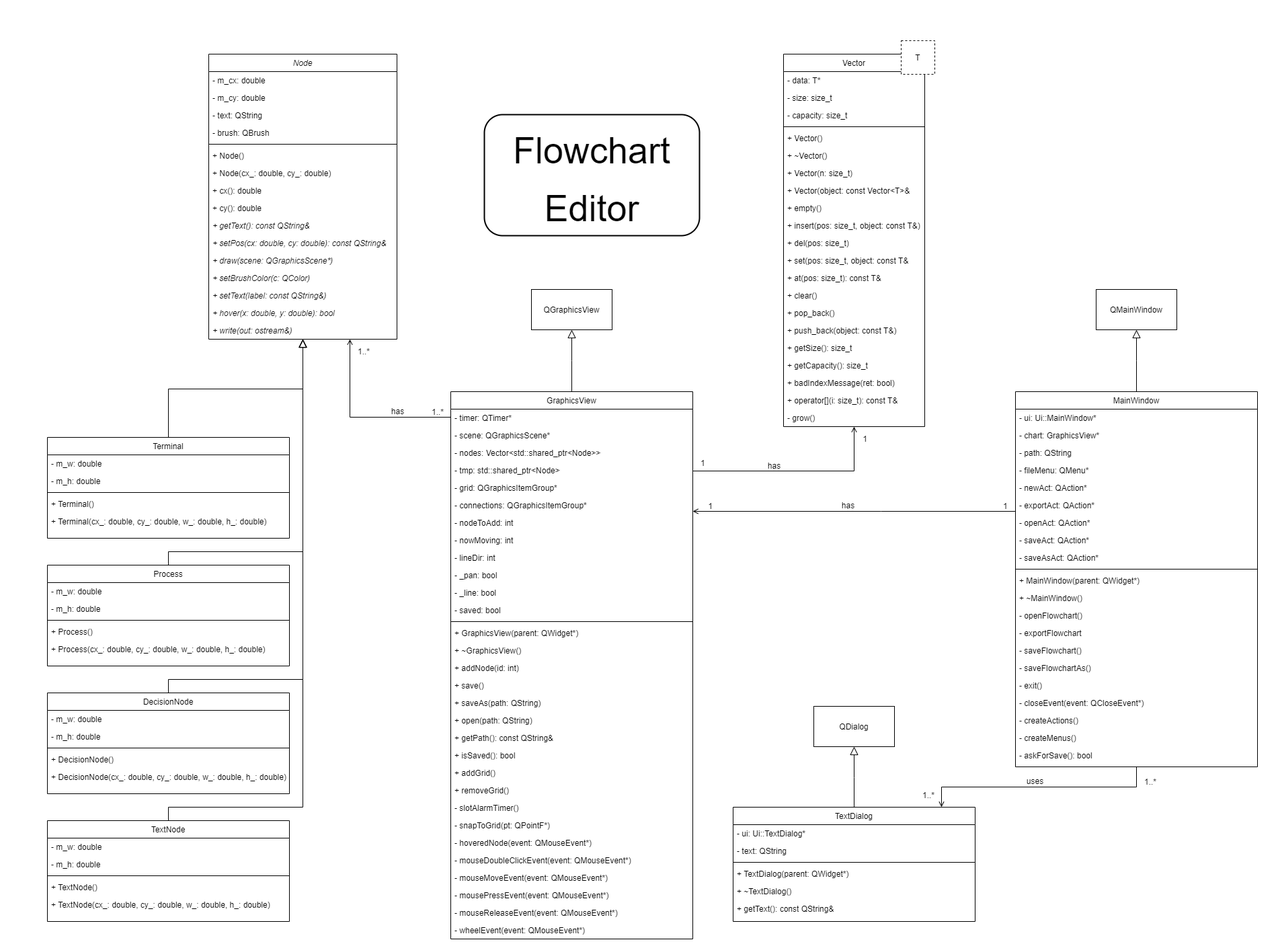
Before: diagram.png, a diagram exported from draw.io (KonstantAnxiety/Flowchart-Editor). Source tidied: cells renumbered, new cells last; positions are measured from the earlier drawing's top-left corner, leaving out a move shared by most shapes.
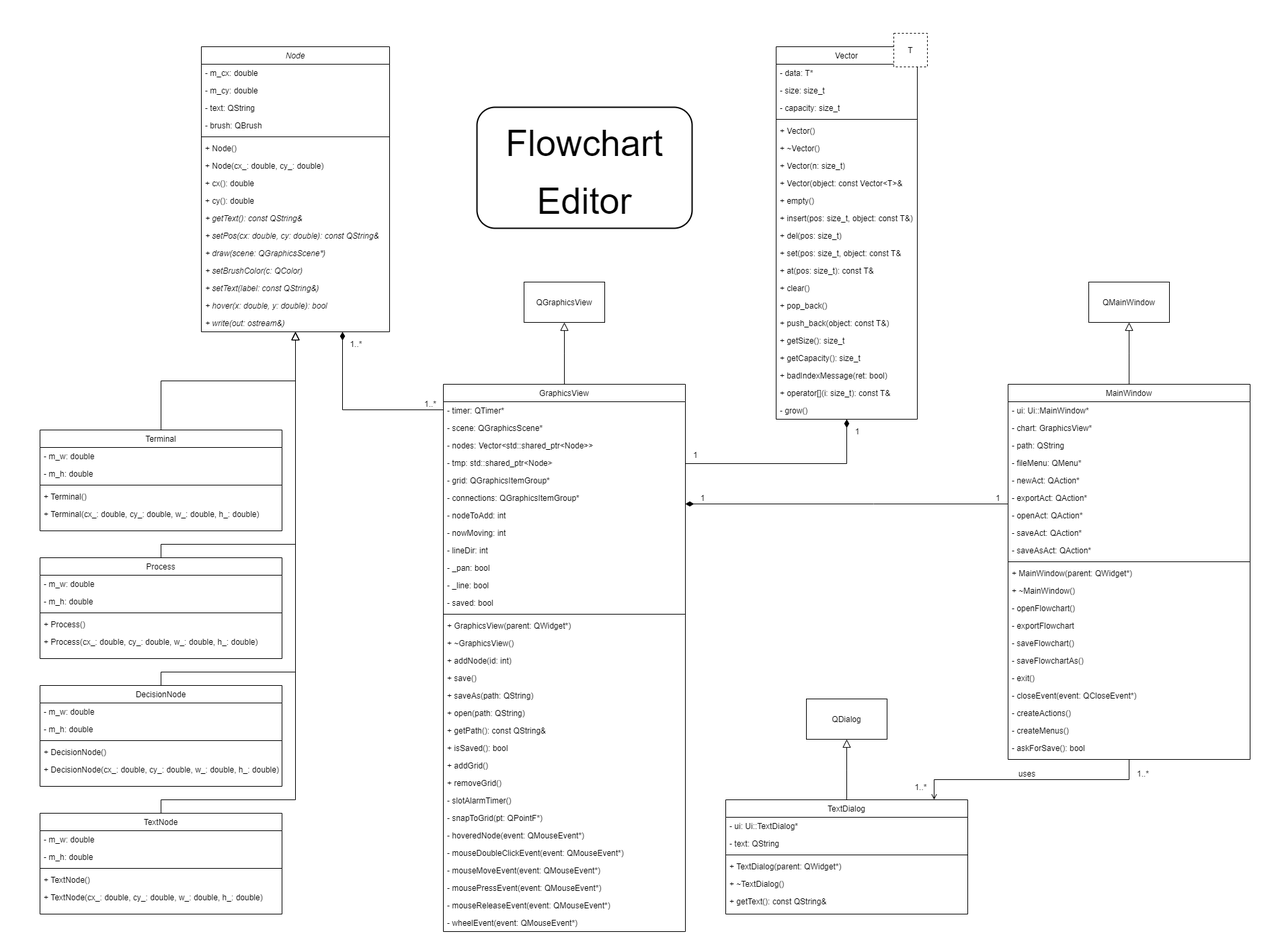
After the change.

Change to the diagram source:
```diff
@@ -331,7 +331,7 @@
     <mxCell id="104" style="endArrow=block;endSize=10;endFill=0;shadow=0;strokeWidth=1;rounded=0;edgeStyle=elbowEdgeStyle;elbow=vertical;" parent="1" edge="1" source="71" target="103">
       <mxGeometry relative="1" as="geometry" />
     </mxCell>
-    <mxCell id="105" style="endArrow=open;shadow=0;strokeWidth=1;rounded=0;endFill=1;edgeStyle=elbowEdgeStyle;elbow=vertical;" parent="1" edge="1" source="71" target="47">
+    <mxCell id="105" style="endArrow=diamondThin;shadow=0;strokeWidth=1;rounded=0;endFill=1;edgeStyle=elbowEdgeStyle;elbow=vertical;endSize=10;" parent="1" edge="1" source="71" target="47">
       <mxGeometry x="0.5" y="41" relative="1" as="geometry">
         <Array as="points">
           <mxPoint x="1090" y="660" />
@@ -353,11 +353,6 @@
         <mxPoint x="20" y="26" as="offset" />
       </mxGeometry>
     </mxCell>
-    <mxCell id="108" value="has" style="text;html=1;align=center;verticalAlign=middle;labelBackgroundColor=none;rounded=0;shadow=0;strokeWidth=1;fontSize=12;" parent="105" vertex="1">
-      <mxGeometry x="0.5" y="49" relative="1" as="geometry">
-        <mxPoint x="-109.7" y="40" as="offset" />
-      </mxGeometry>
-    </mxCell>
     <mxCell id="109" value="MainWindow" style="swimlane;fontStyle=0;align=center;verticalAlign=top;horizontal=1;startSize=26;rounded=0;shadow=0;strokeWidth=1;" parent="1" vertex="1">
       <mxGeometry x="1470" y="542" width="360" height="558" as="geometry" />
     </mxCell>
@@ -430,7 +425,7 @@
     <mxCell id="132" style="endArrow=block;endSize=10;endFill=0;shadow=0;strokeWidth=1;rounded=0;edgeStyle=elbowEdgeStyle;elbow=vertical;" parent="1" edge="1" source="109" target="131">
       <mxGeometry relative="1" as="geometry" />
     </mxCell>
-    <mxCell id="133" style="endArrow=open;shadow=0;strokeWidth=1;rounded=0;endFill=1;edgeStyle=elbowEdgeStyle;elbow=vertical;" parent="1" edge="1" source="109" target="71">
+    <mxCell id="133" style="endArrow=diamondThin;shadow=0;strokeWidth=1;rounded=0;endFill=1;edgeStyle=elbowEdgeStyle;elbow=vertical;endSize=10;" parent="1" edge="1" source="109" target="71">
       <mxGeometry x="0.5" y="41" relative="1" as="geometry">
         <Array as="points">
           <mxPoint x="1270" y="720" />
@@ -451,11 +446,6 @@
         <mxPoint x="30" as="offset" />
       </mxGeometry>
     </mxCell>
-    <mxCell id="136" value="has" style="text;html=1;align=center;verticalAlign=middle;labelBackgroundColor=none;rounded=0;shadow=0;strokeWidth=1;fontSize=12;" parent="133" vertex="1">
-      <mxGeometry x="0.5" y="49" relative="1" as="geometry">
-        <mxPoint x="110.3" y="-59" as="offset" />
-      </mxGeometry>
-    </mxCell>
     <mxCell id="137" value="TextDialog" style="swimlane;fontStyle=0;align=center;verticalAlign=top;horizontal=1;startSize=26;rounded=0;shadow=0;strokeWidth=1;" parent="1" vertex="1">
       <mxGeometry x="1050" y="1160" width="360" height="170" as="geometry" />
     </mxCell>
@@ -513,7 +503,7 @@
         <mxPoint x="80" y="-59" as="offset" />
       </mxGeometry>
     </mxCell>
-    <mxCell id="150" style="endArrow=open;shadow=0;strokeWidth=1;rounded=0;endFill=1;edgeStyle=elbowEdgeStyle;elbow=vertical;" parent="1" edge="1" source="71" target="3">
+    <mxCell id="150" style="endArrow=diamondThin;shadow=0;strokeWidth=1;rounded=0;endFill=1;edgeStyle=elbowEdgeStyle;elbow=vertical;endSize=10;" parent="1" edge="1" source="71" target="3">
       <mxGeometry x="0.5" y="41" relative="1" as="geometry">
         <Array as="points">
           <mxPoint x="480" y="580" />
@@ -537,11 +527,6 @@
         <mxPoint x="30" y="25.9" as="offset" />
       </mxGeometry>
     </mxCell>
-    <mxCell id="153" value="has" style="text;html=1;align=center;verticalAlign=middle;labelBackgroundColor=none;rounded=0;shadow=0;strokeWidth=1;fontSize=12;" parent="150" vertex="1">
-      <mxGeometry x="0.5" y="49" relative="1" as="geometry">
-        <mxPoint x="119" y="40" as="offset" />
-      </mxGeometry>
-    </mxCell>
     <mxCell id="154" value="&lt;font style=&quot;font-size: 54px&quot;&gt;Flowchart Editor&lt;/font&gt;" style="text;fillColor=none;align=center;verticalAlign=middle;rounded=1;fontSize=72;fontFamily=Helvetica;labelBackgroundColor=none;labelBorderColor=none;whiteSpace=wrap;html=1;strokeColor=#000000;strokeWidth=2;" parent="1" vertex="1">
       <mxGeometry x="680" y="130" width="320" height="180" as="geometry" />
     </mxCell>
```
